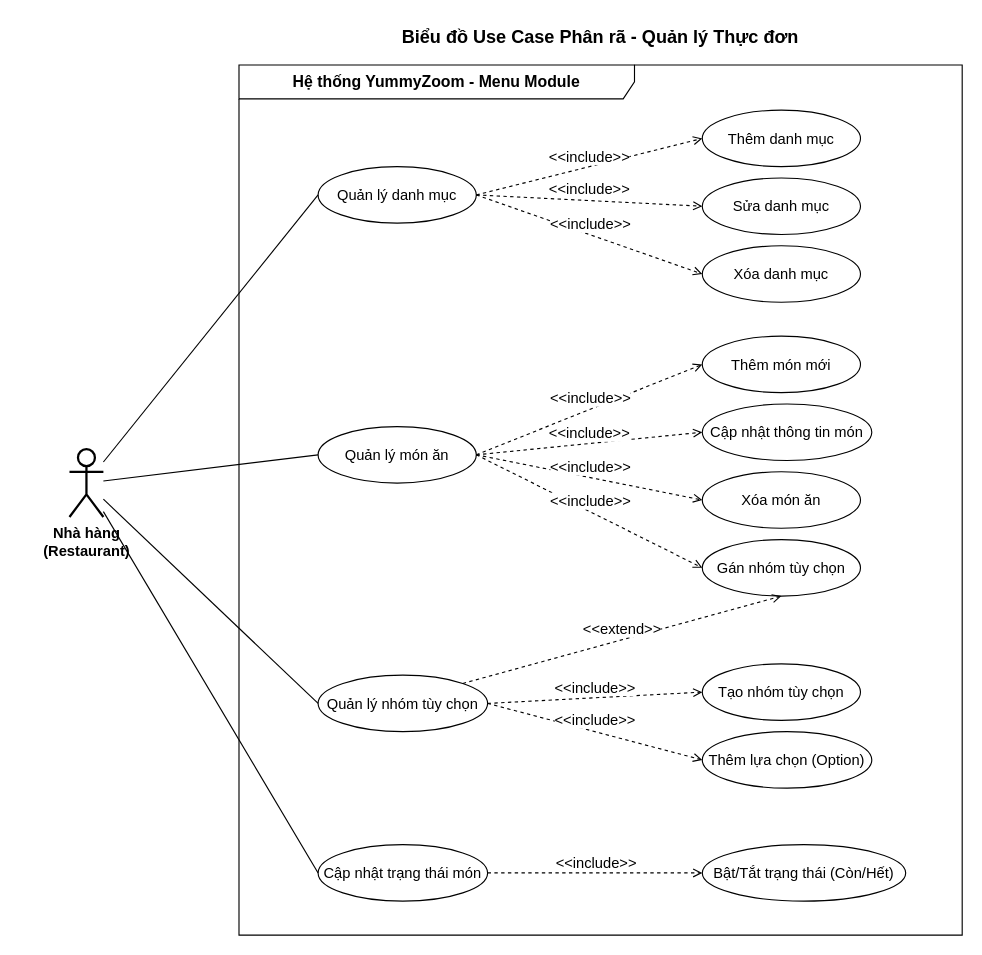
The draw.io diagram report/res/diagrams/usecase_menu_management_decomposition.drawio in hoangvu1420/YummyZoom, before the edit. Source tidied: cells renumbered, new cells numbered last; positions are measured from the earlier drawing's top-left corner, leaving out a move shared by most shapes. Both pictures are drawn from the tidied source at 113%, with x=0, y=0 at pixel (69, 19).
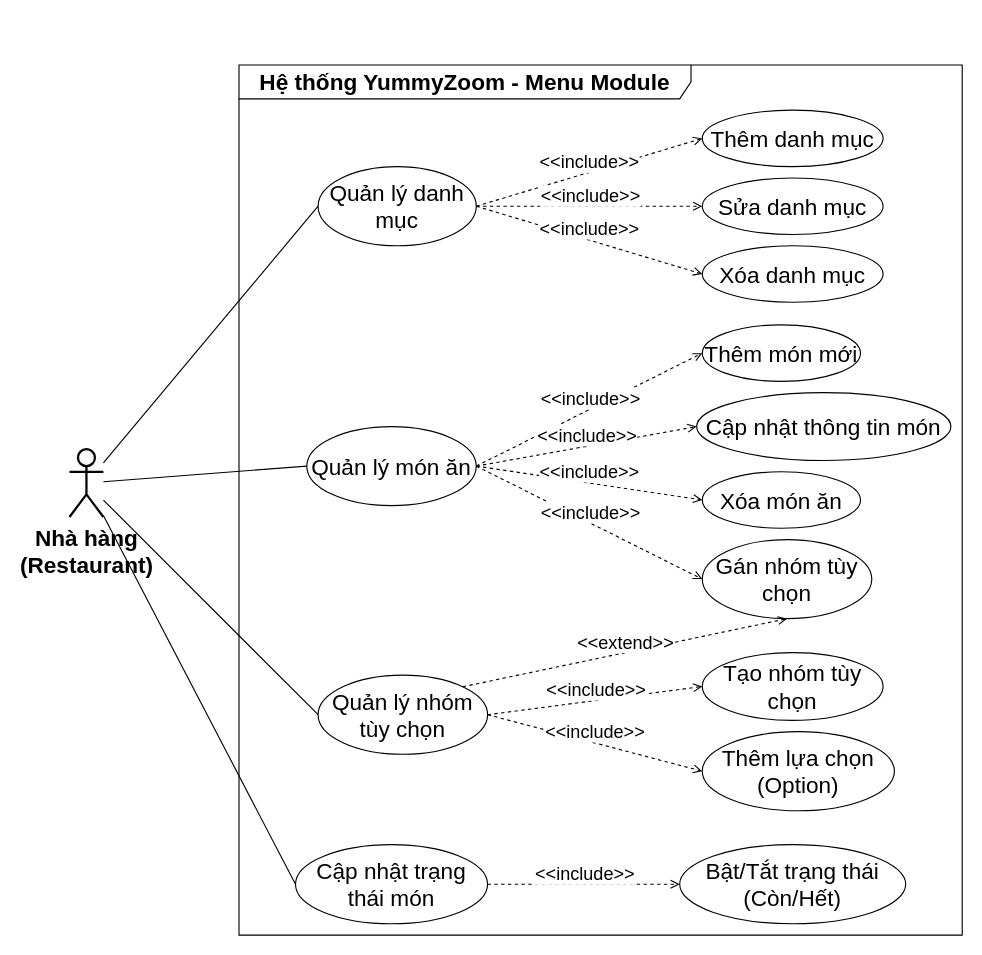
The same diagram, later.

The edit, as a diff of the source:
```diff
@@
-    <mxCell id="2" value="Biểu đồ Use Case Phân rã - Quản lý Thực đơn" style="text;strokeColor=none;align=center;fillColor=none;html=1;verticalAlign=middle;whiteSpace=wrap;rounded=0;fontSize=16;fontStyle=1;" parent="1" vertex="1">
-      <mxGeometry x="270" width="400" height="30" as="geometry" />
-    </mxCell>
-    <mxCell id="3" value="Hệ thống YummyZoom - Menu Module" style="shape=umlFrame;whiteSpace=wrap;html=1;width=350;height=30;fontSize=14;fontStyle=1;" parent="1" vertex="1">
+    <mxCell id="3" value="Hệ thống YummyZoom - Menu Module" style="shape=umlFrame;whiteSpace=wrap;html=1;width=400;height=30;fontSize=20;fontStyle=1;" parent="1" vertex="1">
       <mxGeometry x="150" y="40" width="640" height="770" as="geometry" />
     </mxCell>
-    <mxCell id="4" value="Nhà hàng&lt;div style=&quot;font-size: 13px;&quot;&gt;(Restaurant)&lt;/div&gt;" style="shape=umlActor;verticalLabelPosition=bottom;verticalAlign=top;html=1;outlineConnect=0;fontSize=13;fontStyle=1;strokeWidth=2;" parent="1" vertex="1">
+    <mxCell id="4" value="Nhà hàng&lt;div style=&quot;font-size: 20px;&quot;&gt;(Restaurant)&lt;/div&gt;" style="shape=umlActor;verticalLabelPosition=bottom;verticalAlign=top;html=1;outlineConnect=0;fontSize=20;fontStyle=1;strokeWidth=2;" parent="1" vertex="1">
       <mxGeometry y="380" width="30" height="60" as="geometry" />
     </mxCell>
-    <mxCell id="5" value="Quản lý danh mục" style="ellipse;whiteSpace=wrap;html=1;fontSize=13;" parent="1" vertex="1">
-      <mxGeometry x="220" y="130" width="140" height="50" as="geometry" />
+    <mxCell id="5" value="Quản lý danh mục" style="ellipse;whiteSpace=wrap;html=1;fontSize=20;" parent="1" vertex="1">
+      <mxGeometry x="220" y="130" width="140" height="70" as="geometry" />
     </mxCell>
-    <mxCell id="6" value="Quản lý món ăn" style="ellipse;whiteSpace=wrap;html=1;fontSize=13;" parent="1" vertex="1">
-      <mxGeometry x="220" y="360" width="140" height="50" as="geometry" />
+    <mxCell id="6" value="Quản lý món ăn" style="ellipse;whiteSpace=wrap;html=1;fontSize=20;" parent="1" vertex="1">
+      <mxGeometry x="210" y="360" width="150" height="70" as="geometry" />
     </mxCell>
-    <mxCell id="7" value="Quản lý nhóm tùy chọn" style="ellipse;whiteSpace=wrap;html=1;fontSize=13;" parent="1" vertex="1">
-      <mxGeometry x="220" y="580" width="150" height="50" as="geometry" />
+    <mxCell id="7" value="Quản lý nhóm tùy chọn" style="ellipse;whiteSpace=wrap;html=1;fontSize=20;" parent="1" vertex="1">
+      <mxGeometry x="220" y="580" width="150" height="70" as="geometry" />
     </mxCell>
-    <mxCell id="8" value="Cập nhật trạng thái món" style="ellipse;whiteSpace=wrap;html=1;fontSize=13;" parent="1" vertex="1">
-      <mxGeometry x="220" y="730" width="150" height="50" as="geometry" />
+    <mxCell id="8" value="Cập nhật trạng thái món" style="ellipse;whiteSpace=wrap;html=1;fontSize=20;" parent="1" vertex="1">
+      <mxGeometry x="200" y="730" width="170" height="70" as="geometry" />
     </mxCell>
-    <mxCell id="9" value="Thêm danh mục" style="ellipse;whiteSpace=wrap;html=1;fontSize=13;" parent="1" vertex="1">
-      <mxGeometry x="560" y="80" width="140" height="50" as="geometry" />
+    <mxCell id="9" value="Thêm danh mục" style="ellipse;whiteSpace=wrap;html=1;fontSize=20;" parent="1" vertex="1">
+      <mxGeometry x="560" y="80" width="160" height="50" as="geometry" />
     </mxCell>
-    <mxCell id="10" value="Sửa danh mục" style="ellipse;whiteSpace=wrap;html=1;fontSize=13;" parent="1" vertex="1">
-      <mxGeometry x="560" y="140" width="140" height="50" as="geometry" />
+    <mxCell id="10" value="Sửa danh mục" style="ellipse;whiteSpace=wrap;html=1;fontSize=20;" parent="1" vertex="1">
+      <mxGeometry x="560" y="140" width="160" height="50" as="geometry" />
     </mxCell>
-    <mxCell id="11" value="Xóa danh mục" style="ellipse;whiteSpace=wrap;html=1;fontSize=13;" parent="1" vertex="1">
-      <mxGeometry x="560" y="200" width="140" height="50" as="geometry" />
+    <mxCell id="11" value="Xóa danh mục" style="ellipse;whiteSpace=wrap;html=1;fontSize=20;" parent="1" vertex="1">
+      <mxGeometry x="560" y="200" width="160" height="50" as="geometry" />
     </mxCell>
-    <mxCell id="12" value="Thêm món mới" style="ellipse;whiteSpace=wrap;html=1;fontSize=13;" parent="1" vertex="1">
-      <mxGeometry x="560" y="280" width="140" height="50" as="geometry" />
+    <mxCell id="12" value="Thêm món mới" style="ellipse;whiteSpace=wrap;html=1;fontSize=20;" parent="1" vertex="1">
+      <mxGeometry x="560" y="270" width="140" height="50" as="geometry" />
     </mxCell>
-    <mxCell id="13" value="Cập nhật thông tin món" style="ellipse;whiteSpace=wrap;html=1;fontSize=13;" parent="1" vertex="1">
-      <mxGeometry x="560" y="340" width="150" height="50" as="geometry" />
+    <mxCell id="13" value="Cập nhật thông tin món" style="ellipse;whiteSpace=wrap;html=1;fontSize=20;" parent="1" vertex="1">
+      <mxGeometry x="555" y="330" width="225" height="60" as="geometry" />
     </mxCell>
-    <mxCell id="14" value="Xóa món ăn" style="ellipse;whiteSpace=wrap;html=1;fontSize=13;" parent="1" vertex="1">
+    <mxCell id="14" value="Xóa món ăn" style="ellipse;whiteSpace=wrap;html=1;fontSize=20;" parent="1" vertex="1">
       <mxGeometry x="560" y="400" width="140" height="50" as="geometry" />
     </mxCell>
-    <mxCell id="15" value="Gán nhóm tùy chọn" style="ellipse;whiteSpace=wrap;html=1;fontSize=13;" parent="1" vertex="1">
-      <mxGeometry x="560" y="460" width="140" height="50" as="geometry" />
+    <mxCell id="15" value="Gán nhóm tùy chọn" style="ellipse;whiteSpace=wrap;html=1;fontSize=20;" parent="1" vertex="1">
+      <mxGeometry x="560" y="460" width="150" height="70" as="geometry" />
     </mxCell>
-    <mxCell id="16" value="Tạo nhóm tùy chọn" style="ellipse;whiteSpace=wrap;html=1;fontSize=13;" parent="1" vertex="1">
-      <mxGeometry x="560" y="570" width="140" height="50" as="geometry" />
+    <mxCell id="16" value="Tạo nhóm tùy chọn" style="ellipse;whiteSpace=wrap;html=1;fontSize=20;" parent="1" vertex="1">
+      <mxGeometry x="560" y="560" width="160" height="60" as="geometry" />
     </mxCell>
-    <mxCell id="17" value="Thêm lựa chọn (Option)" style="ellipse;whiteSpace=wrap;html=1;fontSize=13;" parent="1" vertex="1">
-      <mxGeometry x="560" y="630" width="150" height="50" as="geometry" />
+    <mxCell id="17" value="Thêm lựa chọn (Option)" style="ellipse;whiteSpace=wrap;html=1;fontSize=20;" parent="1" vertex="1">
+      <mxGeometry x="560" y="630" width="170" height="70" as="geometry" />
     </mxCell>
-    <mxCell id="18" value="Bật/Tắt trạng thái (Còn/Hết)" style="ellipse;whiteSpace=wrap;html=1;fontSize=13;" parent="1" vertex="1">
-      <mxGeometry x="560" y="730" width="180" height="50" as="geometry" />
+    <mxCell id="18" value="Bật/Tắt trạng thái (Còn/Hết)" style="ellipse;whiteSpace=wrap;html=1;fontSize=20;" parent="1" vertex="1">
+      <mxGeometry x="540" y="730" width="200" height="70" as="geometry" />
     </mxCell>
-    <mxCell id="19" style="endArrow=none;html=1;rounded=0;entryX=0;entryY=0.5;entryDx=0;entryDy=0;" parent="1" edge="1" source="4" target="5">
+    <mxCell id="19" style="endArrow=none;html=1;rounded=0;entryX=0;entryY=0.5;entryDx=0;entryDy=0;fontSize=20;" parent="1" edge="1" source="4" target="5">
       <mxGeometry relative="1" as="geometry" />
     </mxCell>
-    <mxCell id="20" style="endArrow=none;html=1;rounded=0;entryX=0;entryY=0.5;entryDx=0;entryDy=0;" parent="1" edge="1" source="4" target="6">
+    <mxCell id="20" style="endArrow=none;html=1;rounded=0;entryX=0;entryY=0.5;entryDx=0;entryDy=0;fontSize=20;" parent="1" edge="1" source="4" target="6">
       <mxGeometry relative="1" as="geometry" />
     </mxCell>
-    <mxCell id="21" style="endArrow=none;html=1;rounded=0;entryX=0;entryY=0.5;entryDx=0;entryDy=0;" parent="1" edge="1" source="4" target="7">
+    <mxCell id="21" style="endArrow=none;html=1;rounded=0;entryX=0;entryY=0.5;entryDx=0;entryDy=0;fontSize=20;" parent="1" edge="1" source="4" target="7">
       <mxGeometry relative="1" as="geometry" />
     </mxCell>
-    <mxCell id="22" style="endArrow=none;html=1;rounded=0;entryX=0;entryY=0.5;entryDx=0;entryDy=0;" parent="1" edge="1" source="4" target="8">
+    <mxCell id="22" style="endArrow=none;html=1;rounded=0;entryX=0;entryY=0.5;entryDx=0;entryDy=0;fontSize=20;" parent="1" edge="1" source="4" target="8">
       <mxGeometry relative="1" as="geometry" />
     </mxCell>
-    <mxCell id="23" style="endArrow=open;dashed=1;html=1;rounded=0;exitX=1;exitY=0.5;exitDx=0;exitDy=0;entryX=0;entryY=0.5;entryDx=0;entryDy=0;fontSize=13;" parent="1" edge="1" source="5" target="9">
+    <mxCell id="23" style="endArrow=open;dashed=1;html=1;rounded=0;exitX=1;exitY=0.5;exitDx=0;exitDy=0;entryX=0;entryY=0.5;entryDx=0;entryDy=0;fontSize=20;" parent="1" edge="1" source="5" target="9">
       <mxGeometry relative="1" as="geometry" />
     </mxCell>
-    <mxCell id="24" value="&amp;lt;&amp;lt;include&amp;gt;&amp;gt;" style="edgeLabel;html=1;align=center;verticalAlign=middle;fontSize=13;" parent="23" vertex="1">
+    <mxCell id="24" value="&amp;lt;&amp;lt;include&amp;gt;&amp;gt;" style="edgeLabel;html=1;align=center;verticalAlign=middle;fontSize=16;" parent="23" vertex="1">
       <mxGeometry relative="1" as="geometry">
         <mxPoint y="-10" as="offset" />
       </mxGeometry>
     </mxCell>
-    <mxCell id="25" style="endArrow=open;dashed=1;html=1;rounded=0;exitX=1;exitY=0.5;exitDx=0;exitDy=0;entryX=0;entryY=0.5;entryDx=0;entryDy=0;fontSize=13;" parent="1" edge="1" source="5" target="10">
+    <mxCell id="25" style="endArrow=open;dashed=1;html=1;rounded=0;exitX=1;exitY=0.5;exitDx=0;exitDy=0;entryX=0;entryY=0.5;entryDx=0;entryDy=0;fontSize=20;" parent="1" edge="1" source="5" target="10">
       <mxGeometry relative="1" as="geometry" />
     </mxCell>
-    <mxCell id="26" value="&amp;lt;&amp;lt;include&amp;gt;&amp;gt;" style="edgeLabel;html=1;align=center;verticalAlign=middle;fontSize=13;" parent="25" vertex="1">
+    <mxCell id="26" value="&amp;lt;&amp;lt;include&amp;gt;&amp;gt;" style="edgeLabel;html=1;align=center;verticalAlign=middle;fontSize=16;fontFamily=Helvetica;fontColor=default;labelBackgroundColor=default;fillColor=none;gradientColor=none;" parent="25" vertex="1">
       <mxGeometry relative="1" as="geometry">
         <mxPoint y="-10" as="offset" />
       </mxGeometry>
     </mxCell>
-    <mxCell id="27" style="endArrow=open;dashed=1;html=1;rounded=0;exitX=1;exitY=0.5;exitDx=0;exitDy=0;entryX=0;entryY=0.5;entryDx=0;entryDy=0;fontSize=13;" parent="1" edge="1" source="5" target="11">
+    <mxCell id="27" style="endArrow=open;dashed=1;html=1;rounded=0;exitX=1;exitY=0.5;exitDx=0;exitDy=0;entryX=0;entryY=0.5;entryDx=0;entryDy=0;fontSize=20;" parent="1" edge="1" source="5" target="11">
       <mxGeometry relative="1" as="geometry" />
     </mxCell>
-    <mxCell id="28" value="&amp;lt;&amp;lt;include&amp;gt;&amp;gt;" style="edgeLabel;html=1;align=center;verticalAlign=middle;fontSize=13;" parent="27" vertex="1">
+    <mxCell id="28" value="&amp;lt;&amp;lt;include&amp;gt;&amp;gt;" style="edgeLabel;html=1;align=center;verticalAlign=middle;fontSize=16;fontFamily=Helvetica;fontColor=default;labelBackgroundColor=default;fillColor=none;gradientColor=none;" parent="27" vertex="1">
       <mxGeometry relative="1" as="geometry">
         <mxPoint y="-10" as="offset" />
       </mxGeometry>
     </mxCell>
-    <mxCell id="29" style="endArrow=open;dashed=1;html=1;rounded=0;exitX=1;exitY=0.5;exitDx=0;exitDy=0;entryX=0;entryY=0.5;entryDx=0;entryDy=0;fontSize=13;" parent="1" edge="1" source="6" target="12">
+    <mxCell id="29" style="endArrow=open;dashed=1;html=1;rounded=0;exitX=1;exitY=0.5;exitDx=0;exitDy=0;entryX=0;entryY=0.5;entryDx=0;entryDy=0;fontSize=20;" parent="1" edge="1" source="6" target="12">
       <mxGeometry relative="1" as="geometry" />
     </mxCell>
-    <mxCell id="30" value="&amp;lt;&amp;lt;include&amp;gt;&amp;gt;" style="edgeLabel;html=1;align=center;verticalAlign=middle;fontSize=13;" parent="29" vertex="1">
+    <mxCell id="30" value="&amp;lt;&amp;lt;include&amp;gt;&amp;gt;" style="edgeLabel;html=1;align=center;verticalAlign=middle;fontSize=16;fontFamily=Helvetica;fontColor=default;labelBackgroundColor=default;fillColor=none;gradientColor=none;" parent="29" vertex="1">
       <mxGeometry relative="1" as="geometry">
         <mxPoint y="-10" as="offset" />
       </mxGeometry>
     </mxCell>
-    <mxCell id="31" style="endArrow=open;dashed=1;html=1;rounded=0;exitX=1;exitY=0.5;exitDx=0;exitDy=0;entryX=0;entryY=0.5;entryDx=0;entryDy=0;fontSize=13;" parent="1" edge="1" source="6" target="13">
+    <mxCell id="31" style="endArrow=open;dashed=1;html=1;rounded=0;exitX=1;exitY=0.5;exitDx=0;exitDy=0;entryX=0;entryY=0.5;entryDx=0;entryDy=0;fontSize=20;" parent="1" edge="1" source="6" target="13">
       <mxGeometry relative="1" as="geometry" />
     </mxCell>
-    <mxCell id="32" value="&amp;lt;&amp;lt;include&amp;gt;&amp;gt;" style="edgeLabel;html=1;align=center;verticalAlign=middle;fontSize=13;" parent="31" vertex="1">
+    <mxCell id="32" value="&amp;lt;&amp;lt;include&amp;gt;&amp;gt;" style="edgeLabel;html=1;align=center;verticalAlign=middle;fontSize=16;fontFamily=Helvetica;fontColor=default;labelBackgroundColor=default;fillColor=none;gradientColor=none;" parent="31" vertex="1">
       <mxGeometry relative="1" as="geometry">
         <mxPoint y="-10" as="offset" />
       </mxGeometry>
     </mxCell>
-    <mxCell id="33" style="endArrow=open;dashed=1;html=1;rounded=0;exitX=1;exitY=0.5;exitDx=0;exitDy=0;entryX=0;entryY=0.5;entryDx=0;entryDy=0;fontSize=13;" parent="1" edge="1" source="6" target="14">
+    <mxCell id="33" style="endArrow=open;dashed=1;html=1;rounded=0;exitX=1;exitY=0.5;exitDx=0;exitDy=0;entryX=0;entryY=0.5;entryDx=0;entryDy=0;fontSize=20;" parent="1" edge="1" source="6" target="14">
       <mxGeometry relative="1" as="geometry" />
     </mxCell>
-    <mxCell id="34" value="&amp;lt;&amp;lt;include&amp;gt;&amp;gt;" style="edgeLabel;html=1;align=center;verticalAlign=middle;fontSize=13;" parent="33" vertex="1">
+    <mxCell id="34" value="&amp;lt;&amp;lt;include&amp;gt;&amp;gt;" style="edgeLabel;html=1;align=center;verticalAlign=middle;fontSize=16;fontFamily=Helvetica;fontColor=default;labelBackgroundColor=default;fillColor=none;gradientColor=none;" parent="33" vertex="1">
       <mxGeometry relative="1" as="geometry">
         <mxPoint y="-10" as="offset" />
       </mxGeometry>
     </mxCell>
-    <mxCell id="35" style="endArrow=open;dashed=1;html=1;rounded=0;exitX=1;exitY=0.5;exitDx=0;exitDy=0;entryX=0;entryY=0.5;entryDx=0;entryDy=0;fontSize=13;" parent="1" edge="1" source="6" target="15">
+    <mxCell id="35" style="endArrow=open;dashed=1;html=1;rounded=0;exitX=1;exitY=0.5;exitDx=0;exitDy=0;entryX=0;entryY=0.5;entryDx=0;entryDy=0;fontSize=20;" parent="1" edge="1" source="6" target="15">
       <mxGeometry relative="1" as="geometry" />
     </mxCell>
-    <mxCell id="36" value="&amp;lt;&amp;lt;include&amp;gt;&amp;gt;" style="edgeLabel;html=1;align=center;verticalAlign=middle;fontSize=13;" parent="35" vertex="1">
+    <mxCell id="36" value="&amp;lt;&amp;lt;include&amp;gt;&amp;gt;" style="edgeLabel;html=1;align=center;verticalAlign=middle;fontSize=16;fontFamily=Helvetica;fontColor=default;labelBackgroundColor=default;fillColor=none;gradientColor=none;" parent="35" vertex="1">
       <mxGeometry relative="1" as="geometry">
         <mxPoint y="-10" as="offset" />
       </mxGeometry>
     </mxCell>
-    <mxCell id="37" style="endArrow=open;dashed=1;html=1;rounded=0;exitX=1;exitY=0.5;exitDx=0;exitDy=0;entryX=0;entryY=0.5;entryDx=0;entryDy=0;fontSize=13;" parent="1" edge="1" source="7" target="16">
+    <mxCell id="37" style="endArrow=open;dashed=1;html=1;rounded=0;exitX=1;exitY=0.5;exitDx=0;exitDy=0;entryX=0;entryY=0.5;entryDx=0;entryDy=0;fontSize=20;" parent="1" edge="1" source="7" target="16">
       <mxGeometry relative="1" as="geometry" />
     </mxCell>
-    <mxCell id="38" value="&amp;lt;&amp;lt;include&amp;gt;&amp;gt;" style="edgeLabel;html=1;align=center;verticalAlign=middle;fontSize=13;" parent="37" vertex="1">
+    <mxCell id="38" value="&amp;lt;&amp;lt;include&amp;gt;&amp;gt;" style="edgeLabel;html=1;align=center;verticalAlign=middle;fontSize=16;fontFamily=Helvetica;fontColor=default;labelBackgroundColor=default;fillColor=none;gradientColor=none;" parent="37" vertex="1">
       <mxGeometry relative="1" as="geometry">
         <mxPoint y="-10" as="offset" />
       </mxGeometry>
     </mxCell>
-    <mxCell id="39" style="endArrow=open;dashed=1;html=1;rounded=0;exitX=1;exitY=0.5;exitDx=0;exitDy=0;entryX=0;entryY=0.5;entryDx=0;entryDy=0;fontSize=13;" parent="1" edge="1" source="7" target="17">
+    <mxCell id="39" style="endArrow=open;dashed=1;html=1;rounded=0;exitX=1;exitY=0.5;exitDx=0;exitDy=0;entryX=0;entryY=0.5;entryDx=0;entryDy=0;fontSize=20;" parent="1" edge="1" source="7" target="17">
       <mxGeometry relative="1" as="geometry" />
     </mxCell>
-    <mxCell id="40" value="&amp;lt;&amp;lt;include&amp;gt;&amp;gt;" style="edgeLabel;html=1;align=center;verticalAlign=middle;fontSize=13;" parent="39" vertex="1">
+    <mxCell id="40" value="&amp;lt;&amp;lt;include&amp;gt;&amp;gt;" style="edgeLabel;html=1;align=center;verticalAlign=middle;fontSize=16;fontFamily=Helvetica;fontColor=default;labelBackgroundColor=default;fillColor=none;gradientColor=none;" parent="39" vertex="1">
       <mxGeometry relative="1" as="geometry">
         <mxPoint y="-10" as="offset" />
       </mxGeometry>
     </mxCell>
-    <mxCell id="41" style="endArrow=open;dashed=1;html=1;rounded=0;exitX=1;exitY=0.5;exitDx=0;exitDy=0;entryX=0;entryY=0.5;entryDx=0;entryDy=0;fontSize=13;" parent="1" edge="1" source="8" target="18">
+    <mxCell id="41" style="endArrow=open;dashed=1;html=1;rounded=0;exitX=1;exitY=0.5;exitDx=0;exitDy=0;entryX=0;entryY=0.5;entryDx=0;entryDy=0;fontSize=20;" parent="1" edge="1" source="8" target="18">
       <mxGeometry relative="1" as="geometry" />
     </mxCell>
-    <mxCell id="42" value="&amp;lt;&amp;lt;include&amp;gt;&amp;gt;" style="edgeLabel;html=1;align=center;verticalAlign=middle;fontSize=13;" parent="41" vertex="1">
+    <mxCell id="42" value="&amp;lt;&amp;lt;include&amp;gt;&amp;gt;" style="edgeLabel;html=1;align=center;verticalAlign=middle;fontSize=16;fontFamily=Helvetica;fontColor=default;labelBackgroundColor=default;fillColor=none;gradientColor=none;" parent="41" vertex="1">
       <mxGeometry relative="1" as="geometry">
         <mxPoint y="-10" as="offset" />
       </mxGeometry>
     </mxCell>
-    <mxCell id="43" style="endArrow=open;dashed=1;html=1;rounded=0;exitX=1;exitY=0;exitDx=0;exitDy=0;entryX=0.5;entryY=1;entryDx=0;entryDy=0;fontSize=13;" parent="1" edge="1" source="7" target="15">
+    <mxCell id="43" style="endArrow=open;dashed=1;html=1;rounded=0;exitX=1;exitY=0;exitDx=0;exitDy=0;entryX=0.5;entryY=1;entryDx=0;entryDy=0;fontSize=20;" parent="1" edge="1" source="7" target="15">
       <mxGeometry relative="1" as="geometry" />
     </mxCell>
-    <mxCell id="44" value="&amp;lt;&amp;lt;extend&amp;gt;&amp;gt;" style="edgeLabel;html=1;align=center;verticalAlign=middle;fontSize=13;" parent="43" vertex="1">
+    <mxCell id="44" value="&amp;lt;&amp;lt;extend&amp;gt;&amp;gt;" style="edgeLabel;html=1;align=center;verticalAlign=middle;fontSize=16;fontFamily=Helvetica;fontColor=default;labelBackgroundColor=default;fillColor=none;gradientColor=none;" parent="43" vertex="1">
       <mxGeometry relative="1" as="geometry">
         <mxPoint y="-10" as="offset" />
       </mxGeometry>
     </mxCell>
```
